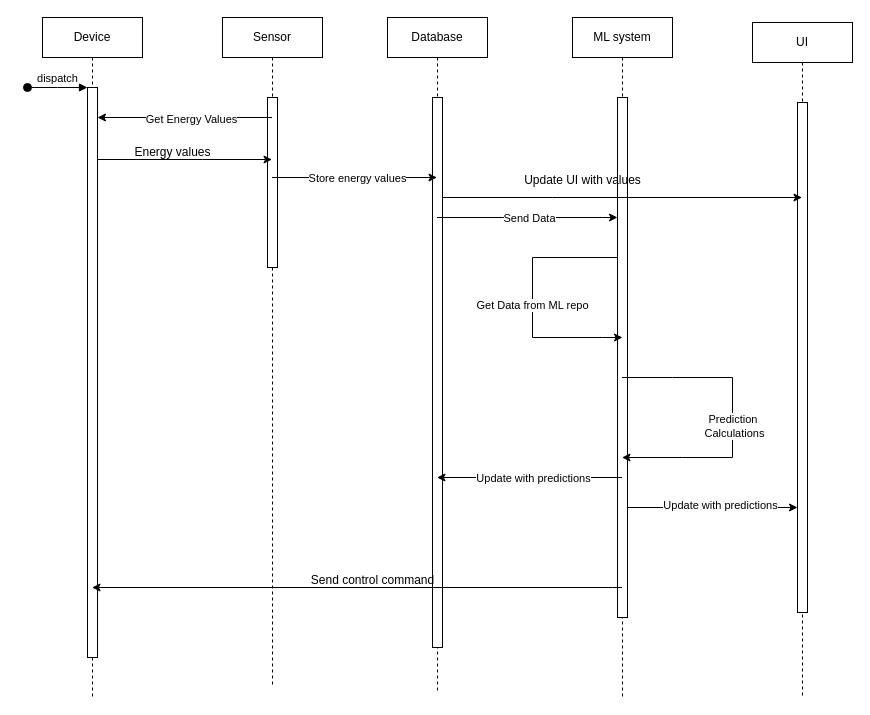
Before: energyproj.drawio in johncybersec1/SmartEnergySys, a draw.io diagram. Source tidied: cells renumbered, new cells numbered last; positions are measured from the earlier drawing's top-left corner, leaving out a move shared by most shapes. Both pictures are drawn from the tidied source at 100%, with x=0, y=0 at pixel (27, 17).
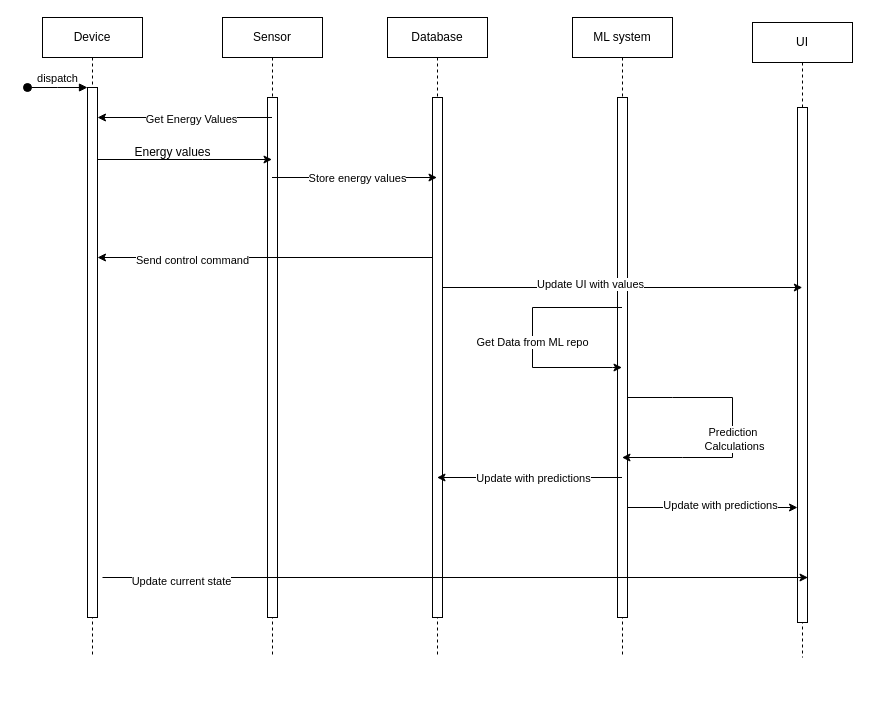
The same page after the edit.

The change refers to these unchanged cells:
```xml
<mxCell id="18" style="html=1;points=[];perimeter=orthogonalPerimeter;outlineConnect=0;targetShapes=umlLifeline;portConstraint=eastwest;newEdgeStyle={&quot;edgeStyle&quot;:&quot;elbowEdgeStyle&quot;,&quot;elbow&quot;:&quot;vertical&quot;,&quot;curved&quot;:0,&quot;rounded&quot;:0};" parent="17" vertex="1">
  <mxGeometry x="45" y="80" width="10" height="520" as="geometry" />
</mxCell>
```

Change to the diagram source:
```diff
@@
     <mxCell id="2" value="Device" style="shape=umlLifeline;perimeter=lifelinePerimeter;whiteSpace=wrap;html=1;newEdgeStyle={&quot;edgeStyle&quot;:&quot;elbowEdgeStyle&quot;,&quot;elbow&quot;:&quot;vertical&quot;,&quot;curved&quot;:0,&quot;rounded&quot;:0};" parent="1" vertex="1">
-      <mxGeometry x="15" width="100" height="680" as="geometry" />
+      <mxGeometry x="15" width="100" height="640" as="geometry" />
     </mxCell>
     <mxCell id="3" style="html=1;points=[];perimeter=orthogonalPerimeter;outlineConnect=0;targetShapes=umlLifeline;portConstraint=eastwest;newEdgeStyle={&quot;edgeStyle&quot;:&quot;elbowEdgeStyle&quot;,&quot;elbow&quot;:&quot;vertical&quot;,&quot;curved&quot;:0,&quot;rounded&quot;:0};" parent="2" vertex="1">
-      <mxGeometry x="45" y="70" width="10" height="570" as="geometry" />
+      <mxGeometry x="45" y="70" width="10" height="530" as="geometry" />
     </mxCell>
@@
     <mxCell id="5" value="Sensor" style="shape=umlLifeline;perimeter=lifelinePerimeter;whiteSpace=wrap;html=1;outlineConnect=0;portConstraint=eastwest;newEdgeStyle={&quot;edgeStyle&quot;:&quot;elbowEdgeStyle&quot;,&quot;elbow&quot;:&quot;vertical&quot;,&quot;curved&quot;:0,&quot;rounded&quot;:0};" parent="1" vertex="1">
-      <mxGeometry x="195" width="100" height="670" as="geometry" />
+      <mxGeometry x="195" width="100" height="640" as="geometry" />
     </mxCell>
     <mxCell id="6" style="html=1;perimeter=orthogonalPerimeter;targetShapes=umlLifeline;newEdgeStyle={&quot;edgeStyle&quot;:&quot;elbowEdgeStyle&quot;,&quot;elbow&quot;:&quot;vertical&quot;,&quot;curved&quot;:0,&quot;rounded&quot;:0};" parent="5" vertex="1">
-      <mxGeometry x="45" y="80" width="10" height="170" as="geometry" />
+      <mxGeometry x="45" y="80" width="10" height="520" as="geometry" />
     </mxCell>
     <mxCell id="7" value="Database" style="shape=umlLifeline;perimeter=lifelinePerimeter;whiteSpace=wrap;html=1;outlineConnect=0;portConstraint=eastwest;newEdgeStyle={&quot;edgeStyle&quot;:&quot;elbowEdgeStyle&quot;,&quot;elbow&quot;:&quot;vertical&quot;,&quot;curved&quot;:0,&quot;rounded&quot;:0};" parent="1" vertex="1">
-      <mxGeometry x="360" width="100" height="675" as="geometry" />
+      <mxGeometry x="360" width="100" height="640" as="geometry" />
     </mxCell>
     <mxCell id="8" style="html=1;points=[];perimeter=orthogonalPerimeter;outlineConnect=0;targetShapes=umlLifeline;portConstraint=eastwest;newEdgeStyle={&quot;edgeStyle&quot;:&quot;elbowEdgeStyle&quot;,&quot;elbow&quot;:&quot;vertical&quot;,&quot;curved&quot;:0,&quot;rounded&quot;:0};" parent="7" vertex="1">
-      <mxGeometry x="45" y="80" width="10" height="550" as="geometry" />
+      <mxGeometry x="45" y="80" width="10" height="520" as="geometry" />
     </mxCell>
     <mxCell id="9" value="UI" style="shape=umlLifeline;perimeter=lifelinePerimeter;whiteSpace=wrap;html=1;outlineConnect=0;portConstraint=eastwest;newEdgeStyle={&quot;edgeStyle&quot;:&quot;elbowEdgeStyle&quot;,&quot;elbow&quot;:&quot;vertical&quot;,&quot;curved&quot;:0,&quot;rounded&quot;:0};" parent="1" vertex="1">
-      <mxGeometry x="725" y="5" width="100" height="675" as="geometry" />
+      <mxGeometry x="725" y="5" width="100" height="635" as="geometry" />
     </mxCell>
     <mxCell id="10" style="html=1;points=[];perimeter=orthogonalPerimeter;outlineConnect=0;targetShapes=umlLifeline;portConstraint=eastwest;newEdgeStyle={&quot;edgeStyle&quot;:&quot;elbowEdgeStyle&quot;,&quot;elbow&quot;:&quot;vertical&quot;,&quot;curved&quot;:0,&quot;rounded&quot;:0};" parent="9" vertex="1">
-      <mxGeometry x="45" y="80" width="10" height="510" as="geometry" />
+      <mxGeometry x="45" y="85" width="10" height="515" as="geometry" />
     </mxCell>
@@
-    <mxCell id="15" style="endArrow=classic;html=1;rounded=0;" parent="1" edge="1" source="7" target="18">
-      <mxGeometry relative="1" as="geometry">
-        <Array as="points">
-          <mxPoint x="475" y="200" />
-          <mxPoint x="575" y="200" />
-        </Array>
-      </mxGeometry>
-    </mxCell>
-    <mxCell id="16" value="Send Data" style="edgeLabel;html=1;align=center;verticalAlign=middle;" parent="15" vertex="1">
-      <mxGeometry x="-0.06" relative="1" as="geometry">
-        <mxPoint x="7" as="offset" />
-      </mxGeometry>
-    </mxCell>
     <mxCell id="17" value="ML system" style="shape=umlLifeline;perimeter=lifelinePerimeter;whiteSpace=wrap;html=1;outlineConnect=0;portConstraint=eastwest;newEdgeStyle={&quot;edgeStyle&quot;:&quot;elbowEdgeStyle&quot;,&quot;elbow&quot;:&quot;vertical&quot;,&quot;curved&quot;:0,&quot;rounded&quot;:0};" parent="1" vertex="1">
-      <mxGeometry x="545" width="100" height="680" as="geometry" />
+      <mxGeometry x="545" width="100" height="640" as="geometry" />
     </mxCell>
@@
-    <mxCell id="19" style="endArrow=classic;html=1;rounded=0;" parent="17" edge="1" source="18" target="17">
-      <mxGeometry relative="1" as="geometry">
-        <Array as="points">
-          <mxPoint x="-40" y="240" />
-          <mxPoint x="-40" y="320" />
-          <mxPoint x="30" y="320" />
-          <mxPoint x="50" y="320" />
-        </Array>
-      </mxGeometry>
-    </mxCell>
-    <mxCell id="20" value="Get Data from ML repo" style="edgeLabel;html=1;align=center;verticalAlign=middle;" parent="19" vertex="1">
-      <mxGeometry x="-0.04" y="-1" relative="1" as="geometry">
-        <mxPoint y="9" as="offset" />
-      </mxGeometry>
-    </mxCell>
+    <mxCell id="23" style="endArrow=classic;html=1;rounded=0;" parent="17" edge="1" source="18" target="17">
+      <mxGeometry relative="1" as="geometry">
+        <Array as="points">
+          <mxPoint x="100" y="380" />
+          <mxPoint x="160" y="380" />
+          <mxPoint x="160" y="440" />
+          <mxPoint x="110" y="440" />
+        </Array>
+      </mxGeometry>
+    </mxCell>
+    <mxCell id="24" value="Prediction&amp;nbsp;&lt;div&gt;Calculations&lt;/div&gt;" style="edgeLabel;html=1;align=center;verticalAlign=middle;" parent="23" vertex="1">
+      <mxGeometry x="0.05" y="1" relative="1" as="geometry">
+        <mxPoint y="1" as="offset" />
+      </mxGeometry>
+    </mxCell>
@@
-    <mxCell id="23" style="endArrow=classic;html=1;rounded=0;" parent="1" edge="1" source="17" target="17">
-      <mxGeometry relative="1" as="geometry">
-        <Array as="points">
-          <mxPoint x="645" y="360" />
-          <mxPoint x="705" y="360" />
-          <mxPoint x="705" y="440" />
-          <mxPoint x="655" y="440" />
-        </Array>
-      </mxGeometry>
-    </mxCell>
-    <mxCell id="24" value="Prediction&amp;nbsp;&lt;div&gt;Calculations&lt;/div&gt;" style="edgeLabel;html=1;align=center;verticalAlign=middle;" parent="23" vertex="1">
-      <mxGeometry x="0.05" y="1" relative="1" as="geometry">
-        <mxPoint y="1" as="offset" />
-      </mxGeometry>
-    </mxCell>
-    <mxCell id="25" style="endArrow=classic;html=1;rounded=0;" parent="1" edge="1" source="8" target="9">
-      <mxGeometry relative="1" as="geometry">
-        <Array as="points">
-          <mxPoint x="525" y="180" />
-        </Array>
-      </mxGeometry>
-    </mxCell>
-    <mxCell id="26" value="Update UI with values" style="text;html=1;align=center;verticalAlign=middle;strokeColor=none;fillColor=none;" parent="1" vertex="1">
-      <mxGeometry x="485" y="148" width="140" height="30" as="geometry" />
-    </mxCell>
@@
     <mxCell id="31" style="endArrow=classic;html=1;rounded=0;" parent="1" edge="1">
       <mxGeometry relative="1" as="geometry">
-        <mxPoint x="594.5" y="570" as="sourcePoint" />
-        <mxPoint x="64.5" y="570" as="targetPoint" />
-        <Array as="points">
-          <mxPoint x="585" y="570" />
-        </Array>
+        <mxPoint x="405" y="240" as="sourcePoint" />
+        <mxPoint x="70" y="240" as="targetPoint" />
       </mxGeometry>
     </mxCell>
-    <mxCell id="32" value="Send control command" style="text;html=1;align=center;verticalAlign=middle;strokeColor=none;fillColor=none;" parent="1" vertex="1">
-      <mxGeometry x="270" y="548" width="150" height="30" as="geometry" />
+    <mxCell id="32" value="Send control command" style="edgeLabel;html=1;align=center;verticalAlign=middle;" parent="31" vertex="1">
+      <mxGeometry x="0.3" y="2" relative="1" as="geometry">
+        <mxPoint x="-23" as="offset" />
+      </mxGeometry>
     </mxCell>
+    <mxCell id="33" style="endArrow=classic;html=1;rounded=0;" parent="1" edge="1">
+      <mxGeometry relative="1" as="geometry">
+        <mxPoint x="75" y="560" as="sourcePoint" />
+        <mxPoint x="780.5" y="560" as="targetPoint" />
+      </mxGeometry>
+    </mxCell>
+    <mxCell id="34" value="Update current state" style="edgeLabel;html=1;align=center;verticalAlign=middle;" parent="33" vertex="1">
+      <mxGeometry x="-0.78" y="-3" relative="1" as="geometry" />
+    </mxCell>
+    <mxCell id="35" style="endArrow=classic;html=1;rounded=0;" parent="1" edge="1">
+      <mxGeometry relative="1" as="geometry">
+        <mxPoint x="415.2" y="270" as="sourcePoint" />
+        <mxPoint x="774.8" y="270" as="targetPoint" />
+      </mxGeometry>
+    </mxCell>
+    <mxCell id="26" value="Update UI with values" style="edgeLabel;html=1;align=center;verticalAlign=middle;" parent="35" vertex="1">
+      <mxGeometry x="-0.18" y="4" relative="1" as="geometry" />
+    </mxCell>
+    <mxCell id="19" style="endArrow=classic;html=1;rounded=0;" parent="1" edge="1" source="17" target="17">
+      <mxGeometry relative="1" as="geometry">
+        <Array as="points">
+          <mxPoint x="505" y="290" />
+          <mxPoint x="505" y="350" />
+          <mxPoint x="585" y="350" />
+        </Array>
+      </mxGeometry>
+    </mxCell>
+    <mxCell id="20" value="Get Data from ML repo" style="edgeLabel;html=1;align=center;verticalAlign=middle;" parent="19" vertex="1">
+      <mxGeometry x="-0.04" y="-1" relative="1" as="geometry">
+        <mxPoint y="9" as="offset" />
+      </mxGeometry>
+    </mxCell>
```
